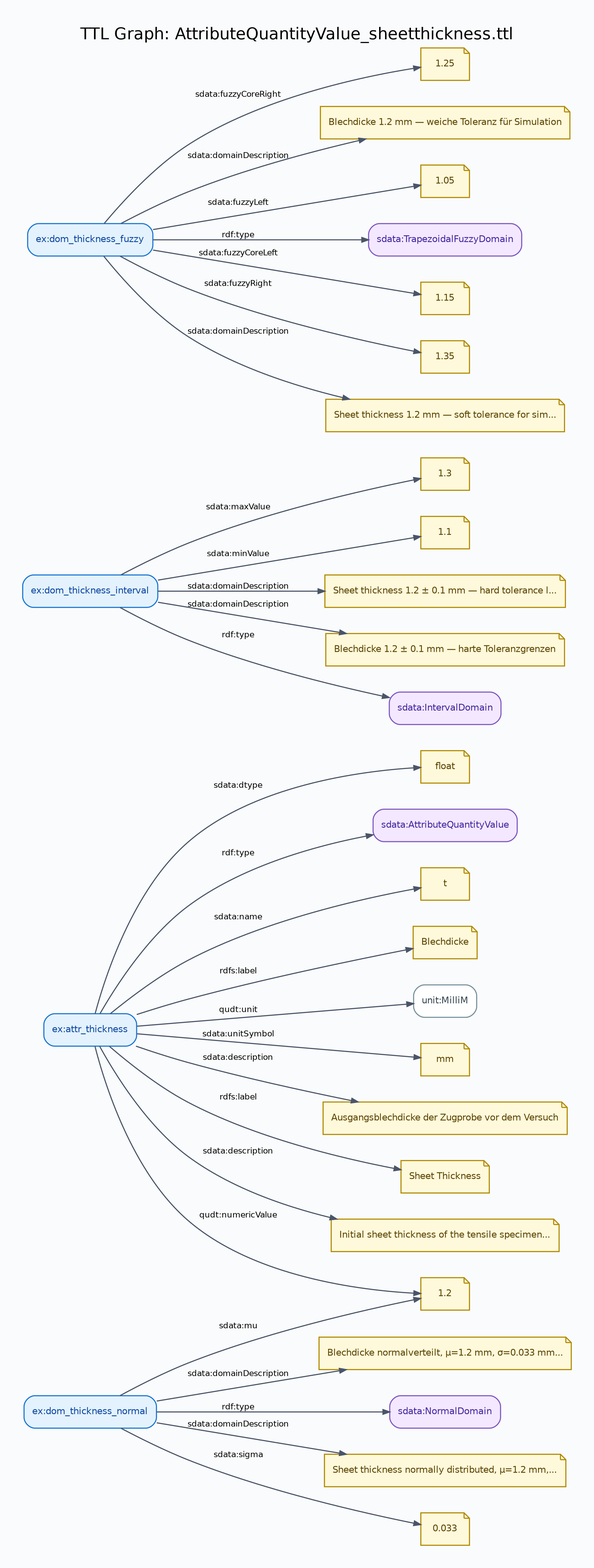
Earlier version of the Graphviz export docs/diagrams/AttributeQuantityValue_sheetthickness-graph.png (lepy/sdata-ontology). Its source is kept beside it as docs/diagrams/AttributeQuantityValue_sheetthickness-graph.dot.
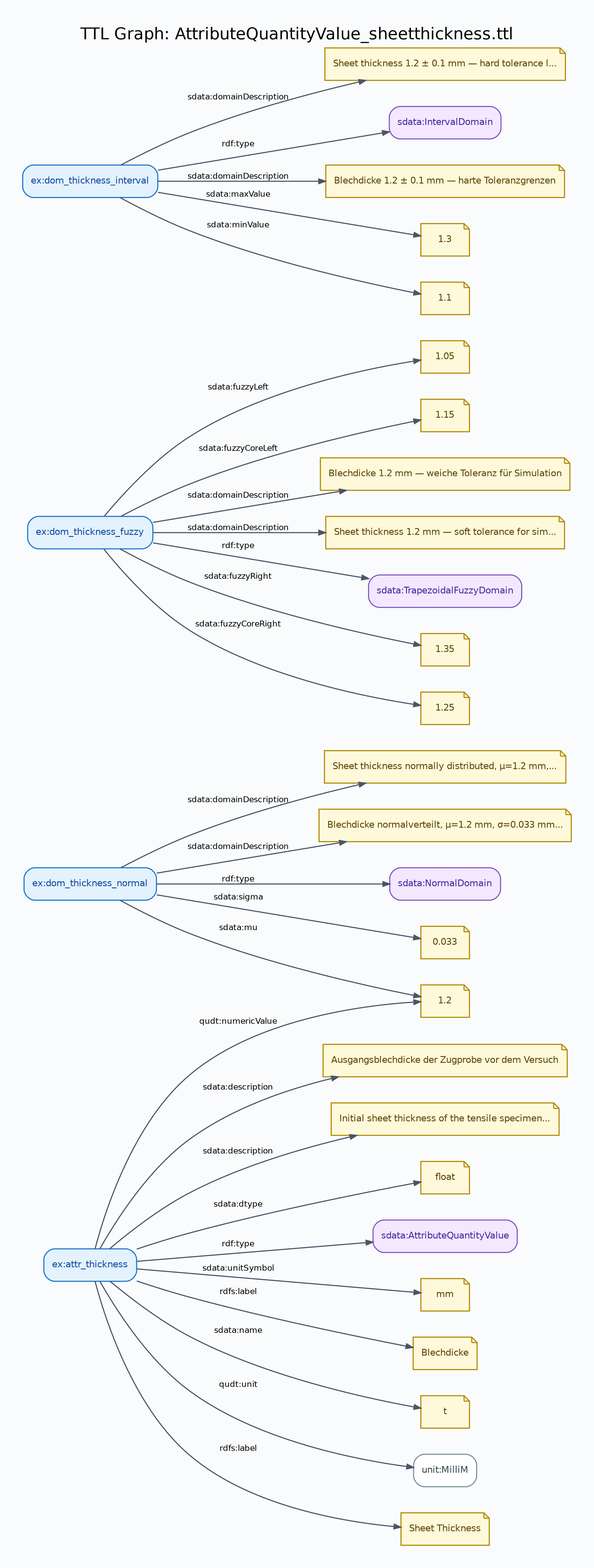
The same diagram one commit later.

Change to the diagram source:
```diff
@@ -30,41 +30,35 @@
 		fillcolor="#E3F2FD",
 		fontcolor="#0D47A1",
 		label="ex:attr_thickness"];
-	"lit::Blechdicke::::de"	[color="#B08900",
-		fillcolor="#FFF9DB",
-		fontcolor="#5C4500",
-		label=Blechdicke,
-		shape=note];
-	"uri::https://example.org/tensile-test/attr_thickness" -> "lit::Blechdicke::::de"	[label="rdfs:label"];
-	"uri::http://qudt.org/vocab/unit/MilliM"	[color="#78909C",
-		fillcolor="#FFFFFF",
-		fontcolor="#37474F",
-		label="unit:MilliM"];
-	"uri::https://example.org/tensile-test/attr_thickness" -> "uri::http://qudt.org/vocab/unit/MilliM"	[label="qudt:unit"];
-	"lit::mm::::"	[color="#B08900",
-		fillcolor="#FFF9DB",
-		fontcolor="#5C4500",
-		label=mm,
-		shape=note];
-	"uri::https://example.org/tensile-test/attr_thickness" -> "lit::mm::::"	[label="sdata:unitSymbol"];
 	"lit::Ausgangsblechdicke der Zugprobe vor dem Versuch::::de"	[color="#B08900",
 		fillcolor="#FFF9DB",
 		fontcolor="#5C4500",
 		label="Ausgangsblechdicke der Zugprobe vor dem Versuch",
 		shape=note];
 	"uri::https://example.org/tensile-test/attr_thickness" -> "lit::Ausgangsblechdicke der Zugprobe vor dem Versuch::::de"	[label="sdata:description"];
+	"lit::Initial sheet thickness of the tensile specimen before testing::::en"	[color="#B08900",
+		fillcolor="#FFF9DB",
+		fontcolor="#5C4500",
+		label="Initial sheet thickness of the tensile specimen...",
+		shape=note];
+	"uri::https://example.org/tensile-test/attr_thickness" -> "lit::Initial sheet thickness of the tensile specimen before testing::::en"	[label="sdata:description"];
+	"lit::1.2::http://www.w3.org/2001/XMLSchema#double::"	[color="#B08900",
+		fillcolor="#FFF9DB",
+		fontcolor="#5C4500",
+		label=1.2,
+		shape=note];
+	"uri::https://example.org/tensile-test/attr_thickness" -> "lit::1.2::http://www.w3.org/2001/XMLSchema#double::"	[label="qudt:numericValue"];
+	"uri::http://qudt.org/vocab/unit/MilliM"	[color="#78909C",
+		fillcolor="#FFFFFF",
+		fontcolor="#37474F",
+		label="unit:MilliM"];
+	"uri::https://example.org/tensile-test/attr_thickness" -> "uri::http://qudt.org/vocab/unit/MilliM"	[label="qudt:unit"];
 	"lit::Sheet Thickness::::en"	[color="#B08900",
 		fillcolor="#FFF9DB",
 		fontcolor="#5C4500",
 		label="Sheet Thickness",
 		shape=note];
 	"uri::https://example.org/tensile-test/attr_thickness" -> "lit::Sheet Thickness::::en"	[label="rdfs:label"];
-	"lit::Initial sheet thickness of the tensile specimen before testing::::en"	[color="#B08900",
-		fillcolor="#FFF9DB",
-		fontcolor="#5C4500",
-		label="Initial sheet thickness of the tensile specimen...",
-		shape=note];
-	"uri::https://example.org/tensile-test/attr_thickness" -> "lit::Initial sheet thickness of the tensile specimen before testing::::en"	[label="sdata:description"];
 	"lit::float::::"	[color="#B08900",
 		fillcolor="#FFF9DB",
 		fontcolor="#5C4500",
@@ -76,22 +70,118 @@
 		fontcolor="#4527A0",
 		label="sdata:AttributeQuantityValue"];
 	"uri::https://example.org/tensile-test/attr_thickness" -> "uri::https://w3id.org/sdata/core/AttributeQuantityValue"	[label="rdf:type"];
-	"lit::1.2::http://www.w3.org/2001/XMLSchema#double::"	[color="#B08900",
+	"lit::mm::::"	[color="#B08900",
 		fillcolor="#FFF9DB",
 		fontcolor="#5C4500",
-		label=1.2,
+		label=mm,
 		shape=note];
-	"uri::https://example.org/tensile-test/attr_thickness" -> "lit::1.2::http://www.w3.org/2001/XMLSchema#double::"	[label="qudt:numericValue"];
+	"uri::https://example.org/tensile-test/attr_thickness" -> "lit::mm::::"	[label="sdata:unitSymbol"];
+	"lit::Blechdicke::::de"	[color="#B08900",
+		fillcolor="#FFF9DB",
+		fontcolor="#5C4500",
+		label=Blechdicke,
+		shape=note];
+	"uri::https://example.org/tensile-test/attr_thickness" -> "lit::Blechdicke::::de"	[label="rdfs:label"];
 	"lit::t::::"	[color="#B08900",
 		fillcolor="#FFF9DB",
 		fontcolor="#5C4500",
 		label=t,
 		shape=note];
 	"uri::https://example.org/tensile-test/attr_thickness" -> "lit::t::::"	[label="sdata:name"];
+	"uri::https://example.org/tensile-test/dom_thickness_fuzzy"	[color="#1976D2",
+		fillcolor="#E3F2FD",
+		fontcolor="#0D47A1",
+		label="ex:dom_thickness_fuzzy"];
+	"lit::1.05::http://www.w3.org/2001/XMLSchema#double::"	[color="#B08900",
+		fillcolor="#FFF9DB",
+		fontcolor="#5C4500",
+		label=1.05,
+		shape=note];
+	"uri::https://example.org/tensile-test/dom_thickness_fuzzy" -> "lit::1.05::http://www.w3.org/2001/XMLSchema#double::"	[label="sdata:fuzzyLeft"];
+	"lit::1.15::http://www.w3.org/2001/XMLSchema#double::"	[color="#B08900",
+		fillcolor="#FFF9DB",
+		fontcolor="#5C4500",
+		label=1.15,
+		shape=note];
+	"uri::https://example.org/tensile-test/dom_thickness_fuzzy" -> "lit::1.15::http://www.w3.org/2001/XMLSchema#double::"	[label="sdata:fuzzyCoreLeft"];
+	"lit::Blechdicke 1.2 mm — weiche Toleranz für Simulation::::de"	[color="#B08900",
+		fillcolor="#FFF9DB",
+		fontcolor="#5C4500",
+		label="Blechdicke 1.2 mm — weiche Toleranz für Simulation",
+		shape=note];
+	"uri::https://example.org/tensile-test/dom_thickness_fuzzy" -> "lit::Blechdicke 1.2 mm — weiche Toleranz für Simulation::::de"	[label="sdata:domainDescription"];
+	"lit::Sheet thickness 1.2 mm — soft tolerance for simulation::::en"	[color="#B08900",
+		fillcolor="#FFF9DB",
+		fontcolor="#5C4500",
+		label="Sheet thickness 1.2 mm — soft tolerance for sim...",
+		shape=note];
+	"uri::https://example.org/tensile-test/dom_thickness_fuzzy" -> "lit::Sheet thickness 1.2 mm — soft tolerance for simulation::::en"	[label="sdata:domainDescription"];
+	"uri::https://w3id.org/sdata/core/TrapezoidalFuzzyDomain"	[color="#7E57C2",
+		fillcolor="#F3E8FF",
+		fontcolor="#4527A0",
+		label="sdata:TrapezoidalFuzzyDomain"];
+	"uri::https://example.org/tensile-test/dom_thickness_fuzzy" -> "uri::https://w3id.org/sdata/core/TrapezoidalFuzzyDomain"	[label="rdf:type"];
+	"lit::1.35::http://www.w3.org/2001/XMLSchema#double::"	[color="#B08900",
+		fillcolor="#FFF9DB",
+		fontcolor="#5C4500",
+		label=1.35,
+		shape=note];
+	"uri::https://example.org/tensile-test/dom_thickness_fuzzy" -> "lit::1.35::http://www.w3.org/2001/XMLSchema#double::"	[label="sdata:fuzzyRight"];
+	"lit::1.25::http://www.w3.org/2001/XMLSchema#double::"	[color="#B08900",
+		fillcolor="#FFF9DB",
+		fontcolor="#5C4500",
+		label=1.25,
+		shape=note];
+	"uri::https://example.org/tensile-test/dom_thickness_fuzzy" -> "lit::1.25::http://www.w3.org/2001/XMLSchema#double::"	[label="sdata:fuzzyCoreRight"];
+	"uri::https://example.org/tensile-test/dom_thickness_normal"	[color="#1976D2",
+		fillcolor="#E3F2FD",
+		fontcolor="#0D47A1",
+		label="ex:dom_thickness_normal"];
+	"uri::https://example.org/tensile-test/dom_thickness_normal" -> "lit::1.2::http://www.w3.org/2001/XMLSchema#double::"	[label="sdata:mu"];
+	"lit::Sheet thickness normally distributed, μ=1.2 mm, σ=0.033 mm (3σ=0.1 mm)::::en"	[color="#B08900",
+		fillcolor="#FFF9DB",
+		fontcolor="#5C4500",
+		label="Sheet thickness normally distributed, μ=1.2 mm,...",
+		shape=note];
+	"uri::https://example.org/tensile-test/dom_thickness_normal" -> "lit::Sheet thickness normally distributed, μ=1.2 mm, σ=0.033 mm (3σ=0.1 mm)::::en"	[label="sdata:domainDescription"];
+	"lit::Blechdicke normalverteilt, μ=1.2 mm, σ=0.033 mm (3σ=0.1 mm)::::de"	[color="#B08900",
+		fillcolor="#FFF9DB",
+		fontcolor="#5C4500",
+		label="Blechdicke normalverteilt, μ=1.2 mm, σ=0.033 mm...",
+		shape=note];
+	"uri::https://example.org/tensile-test/dom_thickness_normal" -> "lit::Blechdicke normalverteilt, μ=1.2 mm, σ=0.033 mm (3σ=0.1 mm)::::de"	[label="sdata:domainDescription"];
+	"uri::https://w3id.org/sdata/core/NormalDomain"	[color="#7E57C2",
+		fillcolor="#F3E8FF",
+		fontcolor="#4527A0",
+		label="sdata:NormalDomain"];
+	"uri::https://example.org/tensile-test/dom_thickness_normal" -> "uri::https://w3id.org/sdata/core/NormalDomain"	[label="rdf:type"];
+	"lit::0.033::http://www.w3.org/2001/XMLSchema#double::"	[color="#B08900",
+		fillcolor="#FFF9DB",
+		fontcolor="#5C4500",
+		label=0.033,
+		shape=note];
+	"uri::https://example.org/tensile-test/dom_thickness_normal" -> "lit::0.033::http://www.w3.org/2001/XMLSchema#double::"	[label="sdata:sigma"];
 	"uri::https://example.org/tensile-test/dom_thickness_interval"	[color="#1976D2",
 		fillcolor="#E3F2FD",
 		fontcolor="#0D47A1",
 		label="ex:dom_thickness_interval"];
+	"lit::Sheet thickness 1.2 ± 0.1 mm — hard tolerance limits::::en"	[color="#B08900",
+		fillcolor="#FFF9DB",
+		fontcolor="#5C4500",
+		label="Sheet thickness 1.2 ± 0.1 mm — hard tolerance l...",
+		shape=note];
+	"uri::https://example.org/tensile-test/dom_thickness_interval" -> "lit::Sheet thickness 1.2 ± 0.1 mm — hard tolerance limits::::en"	[label="sdata:domainDescription"];
+	"uri::https://w3id.org/sdata/core/IntervalDomain"	[color="#7E57C2",
+		fillcolor="#F3E8FF",
+		fontcolor="#4527A0",
+		label="sdata:IntervalDomain"];
+	"uri::https://example.org/tensile-test/dom_thickness_interval" -> "uri::https://w3id.org/sdata/core/IntervalDomain"	[label="rdf:type"];
+	"lit::Blechdicke 1.2 ± 0.1 mm — harte Toleranzgrenzen::::de"	[color="#B08900",
+		fillcolor="#FFF9DB",
+		fontcolor="#5C4500",
+		label="Blechdicke 1.2 ± 0.1 mm — harte Toleranzgrenzen",
+		shape=note];
+	"uri::https://example.org/tensile-test/dom_thickness_interval" -> "lit::Blechdicke 1.2 ± 0.1 mm — harte Toleranzgrenzen::::de"	[label="sdata:domainDescription"];
 	"lit::1.3::http://www.w3.org/2001/XMLSchema#double::"	[color="#B08900",
 		fillcolor="#FFF9DB",
 		fontcolor="#5C4500",
@@ -104,94 +194,4 @@
 		label=1.1,
 		shape=note];
 	"uri::https://example.org/tensile-test/dom_thickness_interval" -> "lit::1.1::http://www.w3.org/2001/XMLSchema#double::"	[label="sdata:minValue"];
-	"lit::Sheet thickness 1.2 ± 0.1 mm — hard tolerance limits::::en"	[color="#B08900",
-		fillcolor="#FFF9DB",
-		fontcolor="#5C4500",
-		label="Sheet thickness 1.2 ± 0.1 mm — hard tolerance l...",
-		shape=note];
-	"uri::https://example.org/tensile-test/dom_thickness_interval" -> "lit::Sheet thickness 1.2 ± 0.1 mm — hard tolerance limits::::en"	[label="sdata:domainDescription"];
-	"lit::Blechdicke 1.2 ± 0.1 mm — harte Toleranzgrenzen::::de"	[color="#B08900",
-		fillcolor="#FFF9DB",
-		fontcolor="#5C4500",
-		label="Blechdicke 1.2 ± 0.1 mm — harte Toleranzgrenzen",
-		shape=note];
-	"uri::https://example.org/tensile-test/dom_thickness_interval" -> "lit::Blechdicke 1.2 ± 0.1 mm — harte Toleranzgrenzen::::de"	[label="sdata:domainDescription"];
-	"uri::https://w3id.org/sdata/core/IntervalDomain"	[color="#7E57C2",
-		fillcolor="#F3E8FF",
-		fontcolor="#4527A0",
-		label="sdata:IntervalDomain"];
-	"uri::https://example.org/tensile-test/dom_thickness_interval" -> "uri::https://w3id.org/sdata/core/IntervalDomain"	[label="rdf:type"];
-	"uri::https://example.org/tensile-test/dom_thickness_fuzzy"	[color="#1976D2",
-		fillcolor="#E3F2FD",
-		fontcolor="#0D47A1",
-		label="ex:dom_thickness_fuzzy"];
-	"lit::1.25::http://www.w3.org/2001/XMLSchema#double::"	[color="#B08900",
-		fillcolor="#FFF9DB",
-		fontcolor="#5C4500",
-		label=1.25,
-		shape=note];
-	"uri::https://example.org/tensile-test/dom_thickness_fuzzy" -> "lit::1.25::http://www.w3.org/2001/XMLSchema#double::"	[label="sdata:fuzzyCoreRight"];
-	"lit::Blechdicke 1.2 mm — weiche Toleranz für Simulation::::de"	[color="#B08900",
-		fillcolor="#FFF9DB",
-		fontcolor="#5C4500",
-		label="Blechdicke 1.2 mm — weiche Toleranz für Simulation",
-		shape=note];
-	"uri::https://example.org/tensile-test/dom_thickness_fuzzy" -> "lit::Blechdicke 1.2 mm — weiche Toleranz für Simulation::::de"	[label="sdata:domainDescription"];
-	"lit::1.05::http://www.w3.org/2001/XMLSchema#double::"	[color="#B08900",
-		fillcolor="#FFF9DB",
-		fontcolor="#5C4500",
-		label=1.05,
-		shape=note];
-	"uri::https://example.org/tensile-test/dom_thickness_fuzzy" -> "lit::1.05::http://www.w3.org/2001/XMLSchema#double::"	[label="sdata:fuzzyLeft"];
-	"uri::https://w3id.org/sdata/core/TrapezoidalFuzzyDomain"	[color="#7E57C2",
-		fillcolor="#F3E8FF",
-		fontcolor="#4527A0",
-		label="sdata:TrapezoidalFuzzyDomain"];
-	"uri::https://example.org/tensile-test/dom_thickness_fuzzy" -> "uri::https://w3id.org/sdata/core/TrapezoidalFuzzyDomain"	[label="rdf:type"];
-	"lit::1.15::http://www.w3.org/2001/XMLSchema#double::"	[color="#B08900",
-		fillcolor="#FFF9DB",
-		fontcolor="#5C4500",
-		label=1.15,
-		shape=note];
-	"uri::https://example.org/tensile-test/dom_thickness_fuzzy" -> "lit::1.15::http://www.w3.org/2001/XMLSchema#double::"	[label="sdata:fuzzyCoreLeft"];
-	"lit::1.35::http://www.w3.org/2001/XMLSchema#double::"	[color="#B08900",
-		fillcolor="#FFF9DB",
-		fontcolor="#5C4500",
-		label=1.35,
-		shape=note];
-	"uri::https://example.org/tensile-test/dom_thickness_fuzzy" -> "lit::1.35::http://www.w3.org/2001/XMLSchema#double::"	[label="sdata:fuzzyRight"];
-	"lit::Sheet thickness 1.2 mm — soft tolerance for simulation::::en"	[color="#B08900",
-		fillcolor="#FFF9DB",
-		fontcolor="#5C4500",
-		label="Sheet thickness 1.2 mm — soft tolerance for sim...",
-		shape=note];
-	"uri::https://example.org/tensile-test/dom_thickness_fuzzy" -> "lit::Sheet thickness 1.2 mm — soft tolerance for simulation::::en"	[label="sdata:domainDescription"];
-	"uri::https://example.org/tensile-test/dom_thickness_normal"	[color="#1976D2",
-		fillcolor="#E3F2FD",
-		fontcolor="#0D47A1",
-		label="ex:dom_thickness_normal"];
-	"lit::Blechdicke normalverteilt, μ=1.2 mm, σ=0.033 mm (3σ=0.1 mm)::::de"	[color="#B08900",
-		fillcolor="#FFF9DB",
-		fontcolor="#5C4500",
-		label="Blechdicke normalverteilt, μ=1.2 mm, σ=0.033 mm...",
-		shape=note];
-	"uri::https://example.org/tensile-test/dom_thickness_normal" -> "lit::Blechdicke normalverteilt, μ=1.2 mm, σ=0.033 mm (3σ=0.1 mm)::::de"	[label="sdata:domainDescription"];
-	"uri::https://w3id.org/sdata/core/NormalDomain"	[color="#7E57C2",
-		fillcolor="#F3E8FF",
-		fontcolor="#4527A0",
-		label="sdata:NormalDomain"];
-	"uri::https://example.org/tensile-test/dom_thickness_normal" -> "uri::https://w3id.org/sdata/core/NormalDomain"	[label="rdf:type"];
-	"lit::Sheet thickness normally distributed, μ=1.2 mm, σ=0.033 mm (3σ=0.1 mm)::::en"	[color="#B08900",
-		fillcolor="#FFF9DB",
-		fontcolor="#5C4500",
-		label="Sheet thickness normally distributed, μ=1.2 mm,...",
-		shape=note];
-	"uri::https://example.org/tensile-test/dom_thickness_normal" -> "lit::Sheet thickness normally distributed, μ=1.2 mm, σ=0.033 mm (3σ=0.1 mm)::::en"	[label="sdata:domainDescription"];
-	"lit::0.033::http://www.w3.org/2001/XMLSchema#double::"	[color="#B08900",
-		fillcolor="#FFF9DB",
-		fontcolor="#5C4500",
-		label=0.033,
-		shape=note];
-	"uri::https://example.org/tensile-test/dom_thickness_normal" -> "lit::0.033::http://www.w3.org/2001/XMLSchema#double::"	[label="sdata:sigma"];
-	"uri::https://example.org/tensile-test/dom_thickness_normal" -> "lit::1.2::http://www.w3.org/2001/XMLSchema#double::"	[label="sdata:mu"];
 }
```
